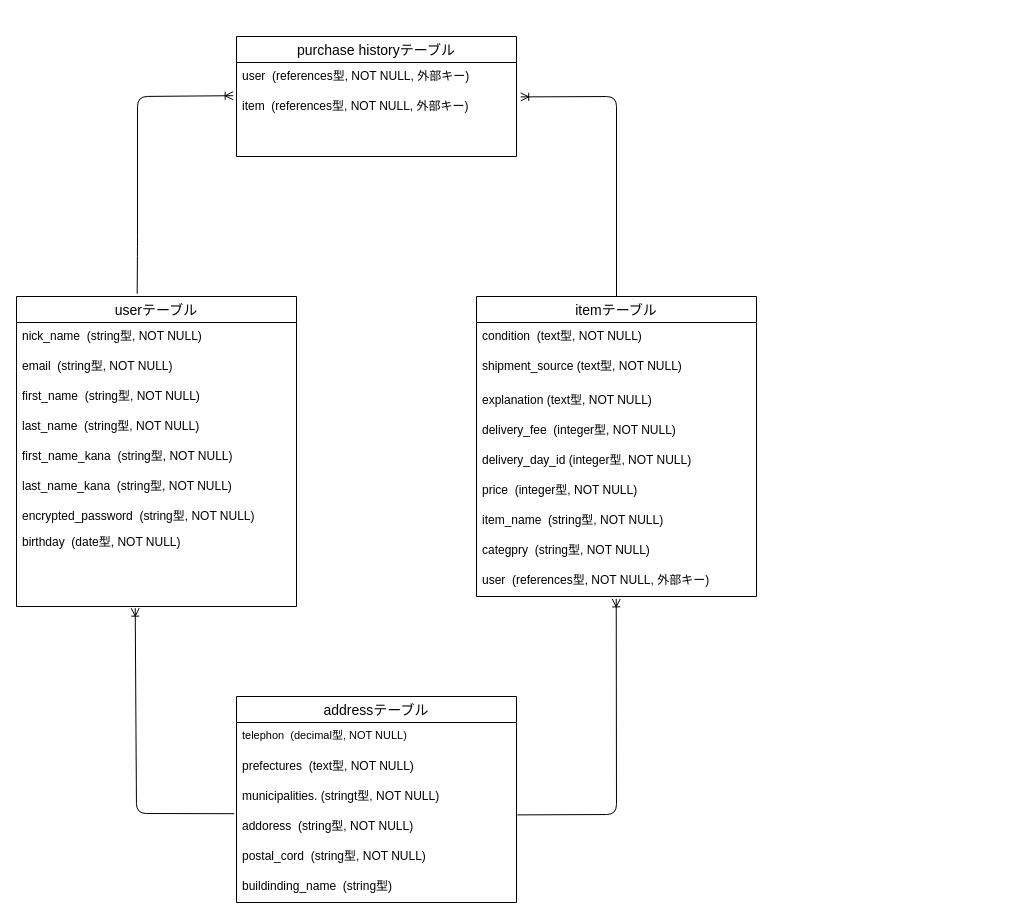
Above: furima.dio in Ryuuichirou/furima-37176 (draw.io), before the change. Source tidied: cells renumbered, new cells numbered last; positions are measured from the earlier drawing's top-left corner, leaving out a move shared by most shapes. Both pictures are drawn from the tidied source at 100%, with x=0, y=0 at pixel (16, 36).
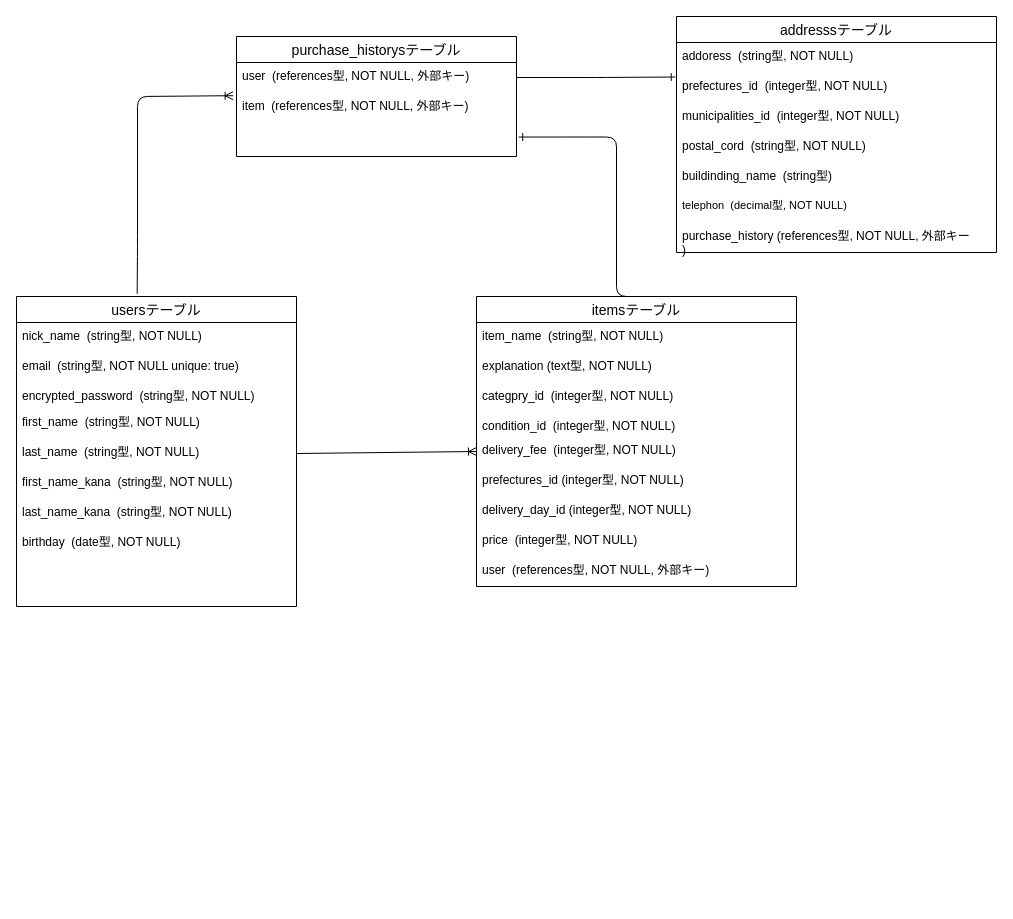
Above is the later version.

Unchanged cells that the change refers to:
```xml
<mxCell id="11" value="birthday  (date型, NOT NULL)" style="text;strokeColor=none;fillColor=none;spacingLeft=4;spacingRight=4;overflow=hidden;points=[[0,0.5],[1,0.5]];portConstraint=eastwest;fontSize=12;align=left;" parent="3" vertex="1">
  <mxGeometry y="232" width="280" height="78" as="geometry" />
</mxCell>
<mxCell id="33" value="user  (references型, NOT NULL, 外部キー)" style="text;strokeColor=none;fillColor=none;spacingLeft=4;spacingRight=4;overflow=hidden;points=[[0,0.5],[1,0.5]];portConstraint=eastwest;fontSize=12;" parent="32" vertex="1">
  <mxGeometry y="26" width="280" height="30" as="geometry" />
</mxCell>
<mxCell id="34" value="item  (references型, NOT NULL, 外部キー)" style="text;strokeColor=none;fillColor=none;spacingLeft=4;spacingRight=4;overflow=hidden;points=[[0,0.5],[1,0.5]];portConstraint=eastwest;fontSize=12;" parent="32" vertex="1">
  <mxGeometry y="56" width="280" height="64" as="geometry" />
</mxCell>
```

What changed in the source:
```diff
@@
-    <mxCell id="3" value="userテーブル" style="swimlane;fontStyle=0;horizontal=1;startSize=26;align=center;fontSize=14;" parent="1" vertex="1">
+    <mxCell id="3" value="usersテーブル" style="swimlane;fontStyle=0;horizontal=1;startSize=26;align=center;fontSize=14;" parent="1" vertex="1">
       <mxGeometry y="260" width="280" height="310" as="geometry" />
     </mxCell>
@@
-    <mxCell id="5" value="email  (string型, NOT NULL)" style="text;strokeColor=none;fillColor=none;spacingLeft=4;spacingRight=4;overflow=hidden;fontSize=12;" parent="3" vertex="1">
+    <mxCell id="5" value="email  (string型, NOT NULL unique: true)" style="text;strokeColor=none;fillColor=none;spacingLeft=4;spacingRight=4;overflow=hidden;fontSize=12;" parent="3" vertex="1">
       <mxGeometry y="56" width="280" height="30" as="geometry" />
     </mxCell>
+    <mxCell id="10" value="encrypted_password  (string型, NOT NULL)" style="text;strokeColor=none;fillColor=none;spacingLeft=4;spacingRight=4;overflow=hidden;fontSize=12;" parent="3" vertex="1">
+      <mxGeometry y="86" width="280" height="26" as="geometry" />
+    </mxCell>
     <mxCell id="6" value="first_name  (string型, NOT NULL)" style="text;strokeColor=none;fillColor=none;spacingLeft=4;spacingRight=4;overflow=hidden;fontSize=12;align=left;" parent="3" vertex="1">
-      <mxGeometry y="86" width="280" height="30" as="geometry" />
+      <mxGeometry y="112" width="280" height="30" as="geometry" />
     </mxCell>
     <mxCell id="7" value="last_name  (string型, NOT NULL)" style="text;strokeColor=none;fillColor=none;spacingLeft=4;spacingRight=4;overflow=hidden;points=[[0,0.5],[1,0.5]];portConstraint=eastwest;fontSize=12;align=left;" parent="3" vertex="1">
-      <mxGeometry y="116" width="280" height="30" as="geometry" />
+      <mxGeometry y="142" width="280" height="30" as="geometry" />
     </mxCell>
     <mxCell id="8" value="first_name_kana  (string型, NOT NULL)" style="text;strokeColor=none;fillColor=none;spacingLeft=4;spacingRight=4;overflow=hidden;fontSize=12;" parent="3" vertex="1">
-      <mxGeometry y="146" width="280" height="30" as="geometry" />
+      <mxGeometry y="172" width="280" height="30" as="geometry" />
     </mxCell>
     <mxCell id="9" value="last_name_kana  (string型, NOT NULL)" style="text;strokeColor=none;fillColor=none;spacingLeft=4;spacingRight=4;overflow=hidden;fontSize=12;" parent="3" vertex="1">
-      <mxGeometry y="176" width="280" height="30" as="geometry" />
+      <mxGeometry y="202" width="280" height="30" as="geometry" />
     </mxCell>
-    <mxCell id="10" value="encrypted_password  (string型, NOT NULL)" style="text;strokeColor=none;fillColor=none;spacingLeft=4;spacingRight=4;overflow=hidden;fontSize=12;" parent="3" vertex="1">
-      <mxGeometry y="206" width="280" height="26" as="geometry" />
-    </mxCell>
@@
-    <mxCell id="12" style="edgeStyle=none;html=1;entryX=0.499;entryY=1.08;entryDx=0;entryDy=0;entryPerimeter=0;fontSize=11;endArrow=ERoneToMany;endFill=0;exitX=1.003;exitY=1.08;exitDx=0;exitDy=0;exitPerimeter=0;" parent="1" edge="1" source="17" target="31">
-      <mxGeometry relative="1" as="geometry">
-        <Array as="points">
-          <mxPoint x="600" y="778" />
-        </Array>
-      </mxGeometry>
-    </mxCell>
-    <mxCell id="13" style="edgeStyle=none;html=1;fontSize=11;endArrow=ERoneToMany;endFill=0;exitX=-0.008;exitY=0.04;exitDx=0;exitDy=0;exitPerimeter=0;entryX=0.424;entryY=1.021;entryDx=0;entryDy=0;entryPerimeter=0;" parent="1" edge="1" source="18" target="11">
-      <mxGeometry relative="1" as="geometry">
-        <Array as="points">
-          <mxPoint x="120" y="777" />
-        </Array>
-      </mxGeometry>
-    </mxCell>
-    <mxCell id="14" value="addressテーブル" style="swimlane;fontStyle=0;horizontal=1;startSize=26;align=center;fontSize=14;" parent="1" vertex="1">
-      <mxGeometry x="220" y="660" width="280" height="206" as="geometry" />
+    <mxCell id="14" value="addresssテーブル" style="swimlane;fontStyle=0;horizontal=1;startSize=26;align=center;fontSize=14;" parent="1" vertex="1">
+      <mxGeometry x="660" y="-20" width="320" height="236" as="geometry" />
     </mxCell>
-    <mxCell id="15" value="telephon  (decimal型, NOT NULL)" style="text;strokeColor=none;fillColor=none;spacingLeft=4;spacingRight=4;overflow=hidden;fontSize=11;align=left;" parent="14" vertex="1">
-      <mxGeometry y="26" width="280" height="30" as="geometry" />
-    </mxCell>
+    <mxCell id="18" value="addoress  (string型, NOT NULL)" style="text;strokeColor=none;fillColor=none;spacingLeft=4;spacingRight=4;overflow=hidden;points=[[0,0.5],[1,0.5]];portConstraint=eastwest;fontSize=12;" parent="14" vertex="1">
+      <mxGeometry y="26" width="320" height="30" as="geometry" />
+    </mxCell>
-    <mxCell id="16" value="prefectures  (text型, NOT NULL)  " style="text;strokeColor=none;fillColor=none;spacingLeft=4;spacingRight=4;overflow=hidden;points=[[0,0.5],[1,0.5]];portConstraint=eastwest;fontSize=12;" parent="14" vertex="1">
-      <mxGeometry y="56" width="280" height="30" as="geometry" />
+    <mxCell id="16" value="prefectures_id  (integer型, NOT NULL)  " style="text;strokeColor=none;fillColor=none;spacingLeft=4;spacingRight=4;overflow=hidden;points=[[0,0.5],[1,0.5]];portConstraint=eastwest;fontSize=12;" parent="14" vertex="1">
+      <mxGeometry y="56" width="320" height="30" as="geometry" />
     </mxCell>
-    <mxCell id="17" value="municipalities. (stringt型, NOT NULL)" style="text;strokeColor=none;fillColor=none;spacingLeft=4;spacingRight=4;overflow=hidden;points=[[0,0.5],[1,0.5]];portConstraint=eastwest;fontSize=12;align=left;" parent="14" vertex="1">
-      <mxGeometry y="86" width="280" height="30" as="geometry" />
+    <mxCell id="17" value="municipalities_id  (integer型, NOT NULL)" style="text;strokeColor=none;fillColor=none;spacingLeft=4;spacingRight=4;overflow=hidden;points=[[0,0.5],[1,0.5]];portConstraint=eastwest;fontSize=12;align=left;" parent="14" vertex="1">
+      <mxGeometry y="86" width="320" height="30" as="geometry" />
     </mxCell>
-    <mxCell id="18" value="addoress  (string型, NOT NULL)" style="text;strokeColor=none;fillColor=none;spacingLeft=4;spacingRight=4;overflow=hidden;points=[[0,0.5],[1,0.5]];portConstraint=eastwest;fontSize=12;" parent="14" vertex="1">
-      <mxGeometry y="116" width="280" height="30" as="geometry" />
-    </mxCell>
     <mxCell id="19" value="postal_cord  (string型, NOT NULL)" style="text;strokeColor=none;fillColor=none;spacingLeft=4;spacingRight=4;overflow=hidden;fontSize=12;align=left;" parent="14" vertex="1">
-      <mxGeometry y="146" width="280" height="30" as="geometry" />
+      <mxGeometry y="116" width="320" height="30" as="geometry" />
     </mxCell>
     <mxCell id="20" value="buildinding_name  (string型)  " style="text;strokeColor=none;fillColor=none;spacingLeft=4;spacingRight=4;overflow=hidden;fontSize=12;align=left;" parent="14" vertex="1">
-      <mxGeometry y="176" width="280" height="30" as="geometry" />
+      <mxGeometry y="146" width="320" height="30" as="geometry" />
     </mxCell>
+    <mxCell id="15" value="telephon  (decimal型, NOT NULL)" style="text;strokeColor=none;fillColor=none;spacingLeft=4;spacingRight=4;overflow=hidden;fontSize=11;align=left;" parent="14" vertex="1">
+      <mxGeometry y="176" width="320" height="30" as="geometry" />
+    </mxCell>
+    <mxCell id="35" value="purchase_history (references型, NOT NULL, 外部キー&#10;)" style="text;strokeColor=none;fillColor=none;spacingLeft=4;spacingRight=4;overflow=hidden;fontSize=12;" parent="14" vertex="1">
+      <mxGeometry y="206" width="320" height="30" as="geometry" />
+    </mxCell>
-    <mxCell id="21" style="edgeStyle=none;html=1;entryX=1.015;entryY=0.069;entryDx=0;entryDy=0;entryPerimeter=0;fontSize=11;endArrow=ERoneToMany;endFill=0;" parent="1" edge="1" source="22" target="34">
+    <mxCell id="21" style="edgeStyle=orthogonalEdgeStyle;html=1;exitX=0.5;exitY=0;exitDx=0;exitDy=0;fontSize=11;endArrow=ERone;endFill=0;entryX=1.008;entryY=0.696;entryDx=0;entryDy=0;entryPerimeter=0;" parent="1" edge="1" source="22" target="34">
       <mxGeometry relative="1" as="geometry">
         <Array as="points">
-          <mxPoint x="600" y="60" />
+          <mxPoint x="600" y="101" />
         </Array>
       </mxGeometry>
     </mxCell>
-    <mxCell id="22" value="itemテーブル" style="swimlane;fontStyle=0;horizontal=1;startSize=26;align=center;fontSize=14;" parent="1" vertex="1">
-      <mxGeometry x="460" y="260" width="280" height="300" as="geometry" />
+    <mxCell id="22" value="itemsテーブル" style="swimlane;fontStyle=0;horizontal=1;startSize=26;align=center;fontSize=14;" parent="1" vertex="1">
+      <mxGeometry x="460" y="260" width="320" height="290" as="geometry" />
     </mxCell>
+    <mxCell id="29" value="item_name  (string型, NOT NULL)" style="text;strokeColor=none;fillColor=none;spacingLeft=4;spacingRight=4;overflow=hidden;fontSize=12;align=left;" parent="22" vertex="1">
+      <mxGeometry y="26" width="320" height="30" as="geometry" />
+    </mxCell>
+    <mxCell id="25" value="explanation (text型, NOT NULL)" style="text;strokeColor=none;fillColor=none;spacingLeft=4;spacingRight=4;overflow=hidden;fontSize=12;align=left;" parent="22" vertex="1">
+      <mxGeometry y="56" width="320" height="30" as="geometry" />
+    </mxCell>
+    <mxCell id="30" value="categpry_id  (integer型, NOT NULL)" style="text;strokeColor=none;fillColor=none;spacingLeft=4;spacingRight=4;overflow=hidden;fontSize=12;align=left;" parent="22" vertex="1">
+      <mxGeometry y="86" width="320" height="30" as="geometry" />
+    </mxCell>
-    <mxCell id="23" value="condition  (text型, NOT NULL)" style="text;strokeColor=none;fillColor=none;spacingLeft=4;spacingRight=4;overflow=hidden;fontSize=12;align=left;" parent="22" vertex="1">
-      <mxGeometry y="26" width="280" height="30" as="geometry" />
+    <mxCell id="23" value="condition_id  (integer型, NOT NULL)" style="text;strokeColor=none;fillColor=none;spacingLeft=4;spacingRight=4;overflow=hidden;fontSize=12;align=left;" parent="22" vertex="1">
+      <mxGeometry y="116" width="320" height="24" as="geometry" />
     </mxCell>
-    <mxCell id="24" value="shipment_source (text型, NOT NULL)" style="text;strokeColor=none;fillColor=none;spacingLeft=4;spacingRight=4;overflow=hidden;fontSize=12;" parent="22" vertex="1">
-      <mxGeometry y="56" width="280" height="34" as="geometry" />
-    </mxCell>
-    <mxCell id="25" value="explanation (text型, NOT NULL)" style="text;strokeColor=none;fillColor=none;spacingLeft=4;spacingRight=4;overflow=hidden;fontSize=12;align=left;" parent="22" vertex="1">
-      <mxGeometry y="90" width="280" height="30" as="geometry" />
-    </mxCell>
     <mxCell id="26" value="delivery_fee  (integer型, NOT NULL)" style="text;strokeColor=none;fillColor=none;spacingLeft=4;spacingRight=4;overflow=hidden;points=[[0,0.5],[1,0.5]];portConstraint=eastwest;fontSize=12;align=left;" parent="22" vertex="1">
-      <mxGeometry y="120" width="280" height="30" as="geometry" />
+      <mxGeometry y="140" width="320" height="30" as="geometry" />
     </mxCell>
+    <mxCell id="36" value="prefectures_id (integer型, NOT NULL)" style="text;strokeColor=none;fillColor=none;spacingLeft=4;spacingRight=4;overflow=hidden;fontSize=12;align=left;" parent="22" vertex="1">
+      <mxGeometry y="170" width="320" height="30" as="geometry" />
+    </mxCell>
     <mxCell id="27" value="delivery_day_id (integer型, NOT NULL)" style="text;strokeColor=none;fillColor=none;spacingLeft=4;spacingRight=4;overflow=hidden;fontSize=12;align=left;" parent="22" vertex="1">
-      <mxGeometry y="150" width="280" height="30" as="geometry" />
+      <mxGeometry y="200" width="320" height="30" as="geometry" />
     </mxCell>
     <mxCell id="28" value="price  (integer型, NOT NULL)" style="text;strokeColor=none;fillColor=none;spacingLeft=4;spacingRight=4;overflow=hidden;fontSize=12;" parent="22" vertex="1">
-      <mxGeometry y="180" width="280" height="30" as="geometry" />
+      <mxGeometry y="230" width="320" height="30" as="geometry" />
     </mxCell>
-    <mxCell id="29" value="item_name  (string型, NOT NULL)" style="text;strokeColor=none;fillColor=none;spacingLeft=4;spacingRight=4;overflow=hidden;fontSize=12;align=left;" parent="22" vertex="1">
-      <mxGeometry y="210" width="280" height="30" as="geometry" />
-    </mxCell>
-    <mxCell id="30" value="categpry  (string型, NOT NULL)" style="text;strokeColor=none;fillColor=none;spacingLeft=4;spacingRight=4;overflow=hidden;fontSize=12;align=left;" parent="22" vertex="1">
-      <mxGeometry y="240" width="280" height="30" as="geometry" />
-    </mxCell>
     <mxCell id="31" value="user  (references型, NOT NULL, 外部キー)" style="text;strokeColor=none;fillColor=none;spacingLeft=4;spacingRight=4;overflow=hidden;points=[[0,0.5],[1,0.5]];portConstraint=eastwest;fontSize=12;align=left;" parent="22" vertex="1">
-      <mxGeometry y="270" width="280" height="30" as="geometry" />
+      <mxGeometry y="260" width="320" height="30" as="geometry" />
     </mxCell>
-    <mxCell id="32" value="purchase historyテーブル" style="swimlane;fontStyle=0;horizontal=1;startSize=26;align=center;fontSize=14;" parent="1" vertex="1">
+    <mxCell id="32" value="purchase_historysテーブル" style="swimlane;fontStyle=0;horizontal=1;startSize=26;align=center;fontSize=14;" parent="1" vertex="1">
       <mxGeometry x="220" width="280" height="120" as="geometry" />
     </mxCell>
@@
+    <mxCell id="37" style="edgeStyle=none;html=1;fontSize=11;endArrow=ERoneToMany;endFill=0;entryX=0;entryY=0.5;entryDx=0;entryDy=0;exitX=1;exitY=0.5;exitDx=0;exitDy=0;" parent="1" edge="1" source="7" target="26">
+      <mxGeometry relative="1" as="geometry" />
+    </mxCell>
+    <mxCell id="38" style="edgeStyle=orthogonalEdgeStyle;html=1;exitX=1;exitY=0.5;exitDx=0;exitDy=0;entryX=-0.004;entryY=0.151;entryDx=0;entryDy=0;entryPerimeter=0;fontSize=11;endArrow=ERone;endFill=0;" parent="1" edge="1" source="33" target="16">
+      <mxGeometry relative="1" as="geometry" />
+    </mxCell>
```
